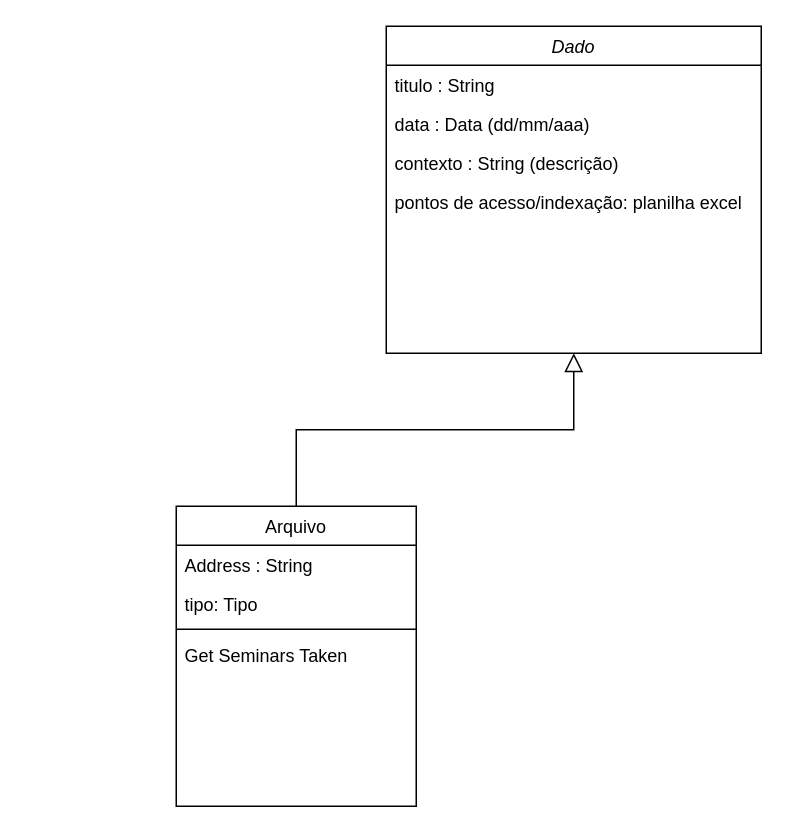
The draw.io diagram Diagrama sem nome.drawio in sr-bauducco/EDD, before the edit. Source tidied: cells renumbered, new cells numbered last; positions are measured from the earlier drawing's top-left corner, leaving out a move shared by most shapes. Both pictures are drawn from the tidied source at 150%, with x=0, y=0 at pixel (176, 26).
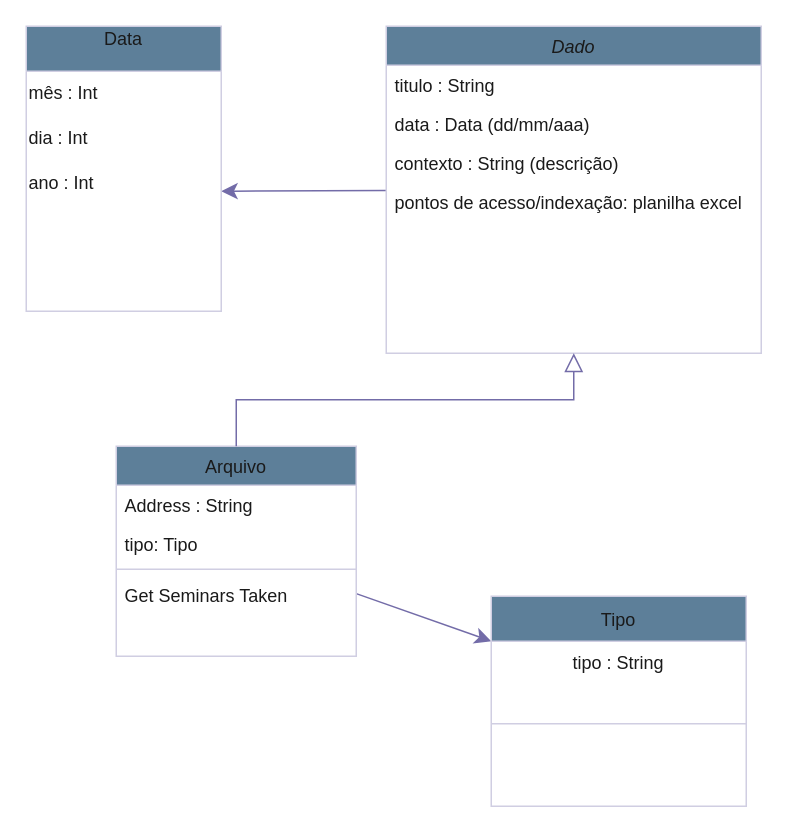
The same page after the edit.

What changed in the source:
```diff
@@
+    <mxCell id="13" style="edgeStyle=none;curved=1;rounded=0;jettySize=auto;html=1;strokeColor=#736CA8;fontSize=12;fontColor=#1A1A1A;startSize=8;endSize=8;" parent="1" edge="1" source="2">
+      <mxGeometry relative="1" as="geometry">
+        <mxPoint x="30" y="110" as="targetPoint" />
+      </mxGeometry>
+    </mxCell>
-    <mxCell id="2" value="Dado&#10;" style="swimlane;fontStyle=2;align=center;verticalAlign=top;horizontal=1;startSize=26;rounded=0;shadow=0;strokeWidth=1;" parent="1" vertex="1">
+    <mxCell id="2" value="Dado&#10;" style="swimlane;fontStyle=2;align=center;verticalAlign=top;horizontal=1;startSize=26;rounded=0;shadow=0;strokeWidth=1;labelBackgroundColor=none;fillColor=#5D7F99;strokeColor=#D0CEE2;fontColor=#1A1A1A;" parent="1" vertex="1">
       <mxGeometry x="140" width="250" height="218" as="geometry" />
     </mxCell>
-    <mxCell id="3" value="titulo : String" style="text;align=left;verticalAlign=top;spacingLeft=4;spacingRight=4;overflow=hidden;" parent="2" vertex="1">
+    <mxCell id="3" value="titulo : String" style="text;align=left;verticalAlign=top;spacingLeft=4;spacingRight=4;overflow=hidden;labelBackgroundColor=none;fontColor=#1A1A1A;" parent="2" vertex="1">
       <mxGeometry y="26" width="250" height="26" as="geometry" />
     </mxCell>
-    <mxCell id="4" value="data : Data (dd/mm/aaa)" style="text;align=left;verticalAlign=top;spacingLeft=4;spacingRight=4;overflow=hidden;rounded=0;shadow=0;html=0;" parent="2" vertex="1">
+    <mxCell id="4" value="data : Data (dd/mm/aaa)" style="text;align=left;verticalAlign=top;spacingLeft=4;spacingRight=4;overflow=hidden;rounded=0;shadow=0;html=0;labelBackgroundColor=none;fontColor=#1A1A1A;" parent="2" vertex="1">
       <mxGeometry y="52" width="250" height="26" as="geometry" />
     </mxCell>
-    <mxCell id="5" value="contexto : String (descrição)" style="text;align=left;verticalAlign=top;spacingLeft=4;spacingRight=4;overflow=hidden;rounded=0;shadow=0;html=0;" parent="2" vertex="1">
+    <mxCell id="5" value="contexto : String (descrição)" style="text;align=left;verticalAlign=top;spacingLeft=4;spacingRight=4;overflow=hidden;rounded=0;shadow=0;html=0;labelBackgroundColor=none;fontColor=#1A1A1A;" parent="2" vertex="1">
       <mxGeometry y="78" width="250" height="26" as="geometry" />
     </mxCell>
-    <mxCell id="6" value="pontos de acesso/indexação: planilha excel&#10;" style="text;align=left;verticalAlign=top;spacingLeft=4;spacingRight=4;overflow=hidden;" parent="2" vertex="1">
+    <mxCell id="6" value="pontos de acesso/indexação: planilha excel&#10;" style="text;align=left;verticalAlign=top;spacingLeft=4;spacingRight=4;overflow=hidden;labelBackgroundColor=none;fontColor=#1A1A1A;" parent="2" vertex="1">
       <mxGeometry y="104" width="250" height="26" as="geometry" />
     </mxCell>
+    <mxCell id="14" style="edgeStyle=none;curved=1;rounded=0;jettySize=auto;html=1;strokeColor=#736CA8;fontSize=12;fontColor=#1A1A1A;startSize=8;endSize=8;" parent="1" edge="1" source="7">
+      <mxGeometry relative="1" as="geometry">
+        <mxPoint x="210" y="410" as="targetPoint" />
+      </mxGeometry>
+    </mxCell>
-    <mxCell id="7" value="Arquivo&#10;" style="swimlane;fontStyle=0;align=center;verticalAlign=top;horizontal=1;startSize=26;rounded=0;shadow=0;strokeWidth=1;" parent="1" vertex="1">
-      <mxGeometry y="320" width="160" height="200" as="geometry" />
+    <mxCell id="7" value="Arquivo&#10;" style="swimlane;fontStyle=0;align=center;verticalAlign=top;horizontal=1;startSize=26;rounded=0;shadow=0;strokeWidth=1;labelBackgroundColor=none;fillColor=#5D7F99;strokeColor=#D0CEE2;fontColor=#1A1A1A;" parent="1" vertex="1">
+      <mxGeometry x="-40" y="280" width="160" height="140" as="geometry" />
     </mxCell>
-    <mxCell id="8" value="Address : String" style="text;align=left;verticalAlign=top;spacingLeft=4;spacingRight=4;overflow=hidden;" parent="7" vertex="1">
+    <mxCell id="8" value="Address : String" style="text;align=left;verticalAlign=top;spacingLeft=4;spacingRight=4;overflow=hidden;labelBackgroundColor=none;fontColor=#1A1A1A;" parent="7" vertex="1">
       <mxGeometry y="26" width="160" height="26" as="geometry" />
     </mxCell>
-    <mxCell id="9" value="tipo: Tipo&#10;" style="text;align=left;verticalAlign=top;spacingLeft=4;spacingRight=4;overflow=hidden;rounded=0;shadow=0;html=0;" parent="7" vertex="1">
+    <mxCell id="9" value="tipo: Tipo&#10;" style="text;align=left;verticalAlign=top;spacingLeft=4;spacingRight=4;overflow=hidden;rounded=0;shadow=0;html=0;labelBackgroundColor=none;fontColor=#1A1A1A;" parent="7" vertex="1">
       <mxGeometry y="52" width="160" height="26" as="geometry" />
     </mxCell>
-    <mxCell id="10" style="line;html=1;strokeWidth=1;align=left;verticalAlign=middle;spacingTop=-1;spacingLeft=3;spacingRight=3;labelPosition=right;" parent="7" vertex="1">
+    <mxCell id="10" style="line;html=1;strokeWidth=1;align=left;verticalAlign=middle;spacingTop=-1;spacingLeft=3;spacingRight=3;labelPosition=right;labelBackgroundColor=none;fillColor=#5D7F99;strokeColor=#D0CEE2;fontColor=#1A1A1A;" parent="7" vertex="1">
       <mxGeometry y="78" width="160" height="8" as="geometry" />
     </mxCell>
-    <mxCell id="11" value="Get Seminars Taken" style="text;align=left;verticalAlign=top;spacingLeft=4;spacingRight=4;overflow=hidden;" parent="7" vertex="1">
+    <mxCell id="11" value="Get Seminars Taken" style="text;align=left;verticalAlign=top;spacingLeft=4;spacingRight=4;overflow=hidden;labelBackgroundColor=none;fontColor=#1A1A1A;" parent="7" vertex="1">
       <mxGeometry y="86" width="160" height="26" as="geometry" />
     </mxCell>
-    <mxCell id="12" style="endArrow=block;endSize=10;endFill=0;shadow=0;strokeWidth=1;rounded=0;curved=0;edgeStyle=elbowEdgeStyle;elbow=vertical;" parent="1" edge="1" source="7" target="2">
+    <mxCell id="12" style="endArrow=block;endSize=10;endFill=0;shadow=0;strokeWidth=1;rounded=0;curved=0;edgeStyle=elbowEdgeStyle;elbow=vertical;labelBackgroundColor=none;strokeColor=#736CA8;fontColor=default;" parent="1" edge="1" source="7" target="2">
       <mxGeometry relative="1" as="geometry" />
     </mxCell>
+    <mxCell id="15" value="Data&#10;" style="shape=table;startSize=30;childLayout=tableLayout;strokeColor=#D0CEE2;fontColor=#1A1A1A;fillColor=#5D7F99;align=center;fontSize=12;" parent="1" vertex="1">
+      <mxGeometry x="-100" width="130" height="190" as="geometry" />
+    </mxCell>
+    <mxCell id="16" style="shape=tableRow;horizontal=0;startSize=0;swimlaneHead=0;swimlaneBody=0;strokeColor=inherit;top=0;left=0;bottom=0;right=0;fillColor=none;fontColor=#1A1A1A;align=left;fontSize=12;" parent="15" vertex="1">
+      <mxGeometry y="30" width="130" height="160" as="geometry" />
+    </mxCell>
+    <mxCell id="17" style="shape=partialRectangle;html=1;whiteSpace=wrap;strokeColor=inherit;overflow=hidden;fillColor=none;top=0;left=0;bottom=0;right=0;fontColor=#1A1A1A;align=left;fontSize=12;" parent="16" vertex="1">
+      <mxGeometry width="130" height="160" as="geometry" />
+    </mxCell>
+    <mxCell id="18" value="mês : Int" style="text;strokeColor=none;fillColor=none;html=1;align=left;verticalAlign=middle;whiteSpace=wrap;rounded=0;fontSize=12;fontColor=#1A1A1A;" parent="1" vertex="1">
+      <mxGeometry x="-100" y="30" width="130" height="30" as="geometry" />
+    </mxCell>
+    <mxCell id="19" value="dia : Int" style="text;strokeColor=none;fillColor=none;html=1;align=left;verticalAlign=middle;whiteSpace=wrap;rounded=0;fontSize=12;fontColor=#1A1A1A;" parent="1" vertex="1">
+      <mxGeometry x="-100" y="60" width="130" height="30" as="geometry" />
+    </mxCell>
+    <mxCell id="20" value="ano : Int" style="text;strokeColor=none;fillColor=none;html=1;align=left;verticalAlign=middle;whiteSpace=wrap;rounded=0;fontSize=12;fontColor=#1A1A1A;" parent="1" vertex="1">
+      <mxGeometry x="-100" y="90" width="130" height="30" as="geometry" />
+    </mxCell>
+    <mxCell id="21" value="Tipo" style="shape=table;startSize=30;childLayout=tableLayout;strokeColor=#D0CEE2;fontColor=#1A1A1A;fillColor=#5D7F99;" parent="1" vertex="1">
+      <mxGeometry x="210" y="380" width="170" height="140" as="geometry" />
+    </mxCell>
+    <mxCell id="22" style="shape=tableRow;horizontal=0;startSize=0;swimlaneHead=0;swimlaneBody=0;strokeColor=inherit;top=0;left=0;bottom=0;right=0;fillColor=none;fontColor=#1A1A1A;" parent="21" vertex="1">
+      <mxGeometry y="30" width="170" height="55" as="geometry" />
+    </mxCell>
+    <mxCell id="23" style="shape=partialRectangle;html=1;whiteSpace=wrap;strokeColor=inherit;overflow=hidden;fillColor=none;top=0;left=0;bottom=0;right=0;fontColor=#1A1A1A;" parent="22" vertex="1">
+      <mxGeometry width="170" height="55" as="geometry" />
+    </mxCell>
+    <mxCell id="24" style="shape=tableRow;horizontal=0;startSize=0;swimlaneHead=0;swimlaneBody=0;strokeColor=inherit;top=0;left=0;bottom=0;right=0;fillColor=none;fontColor=#1A1A1A;" parent="21" vertex="1">
+      <mxGeometry y="85" width="170" height="55" as="geometry" />
+    </mxCell>
+    <mxCell id="25" style="shape=partialRectangle;html=1;whiteSpace=wrap;strokeColor=inherit;overflow=hidden;fillColor=none;top=0;left=0;bottom=0;right=0;fontColor=#1A1A1A;" parent="24" vertex="1">
+      <mxGeometry width="170" height="55" as="geometry" />
+    </mxCell>
+    <mxCell id="26" value="tipo : String" style="text;strokeColor=none;fillColor=none;html=1;align=center;verticalAlign=middle;whiteSpace=wrap;rounded=0;fontSize=12;fontColor=#1A1A1A;" parent="1" vertex="1">
+      <mxGeometry x="210" y="410" width="170" height="30" as="geometry" />
+    </mxCell>
```
